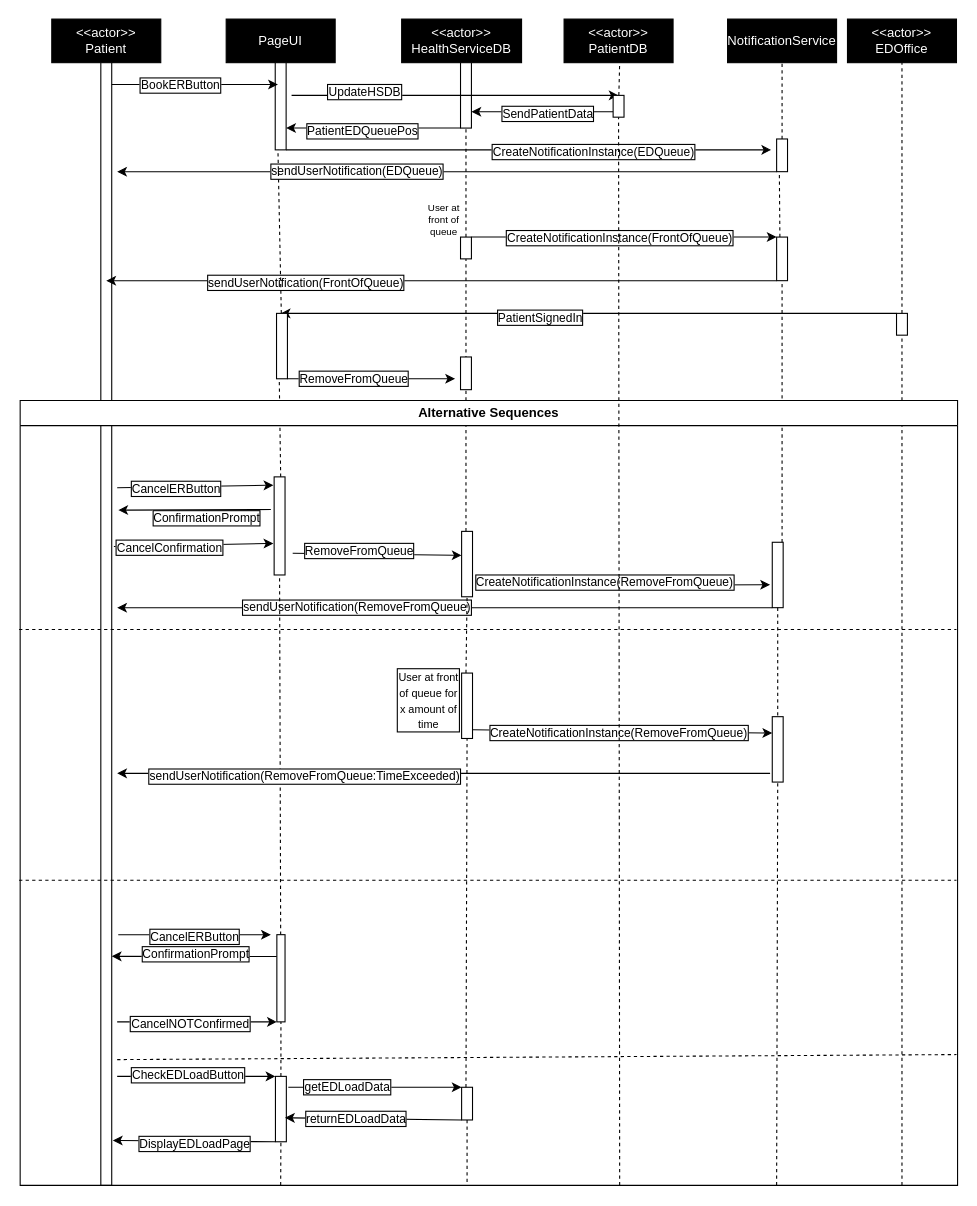
The draw.io diagram booking_er_sequence.drawio in uvic-teach/project-m1-team8, before the edit. Source tidied: cells renumbered, new cells numbered last; positions are measured from the earlier drawing's top-left corner, leaving out a move shared by most shapes. Both pictures are drawn from the tidied source at 109%, with x=0, y=0 at pixel (19, 19).
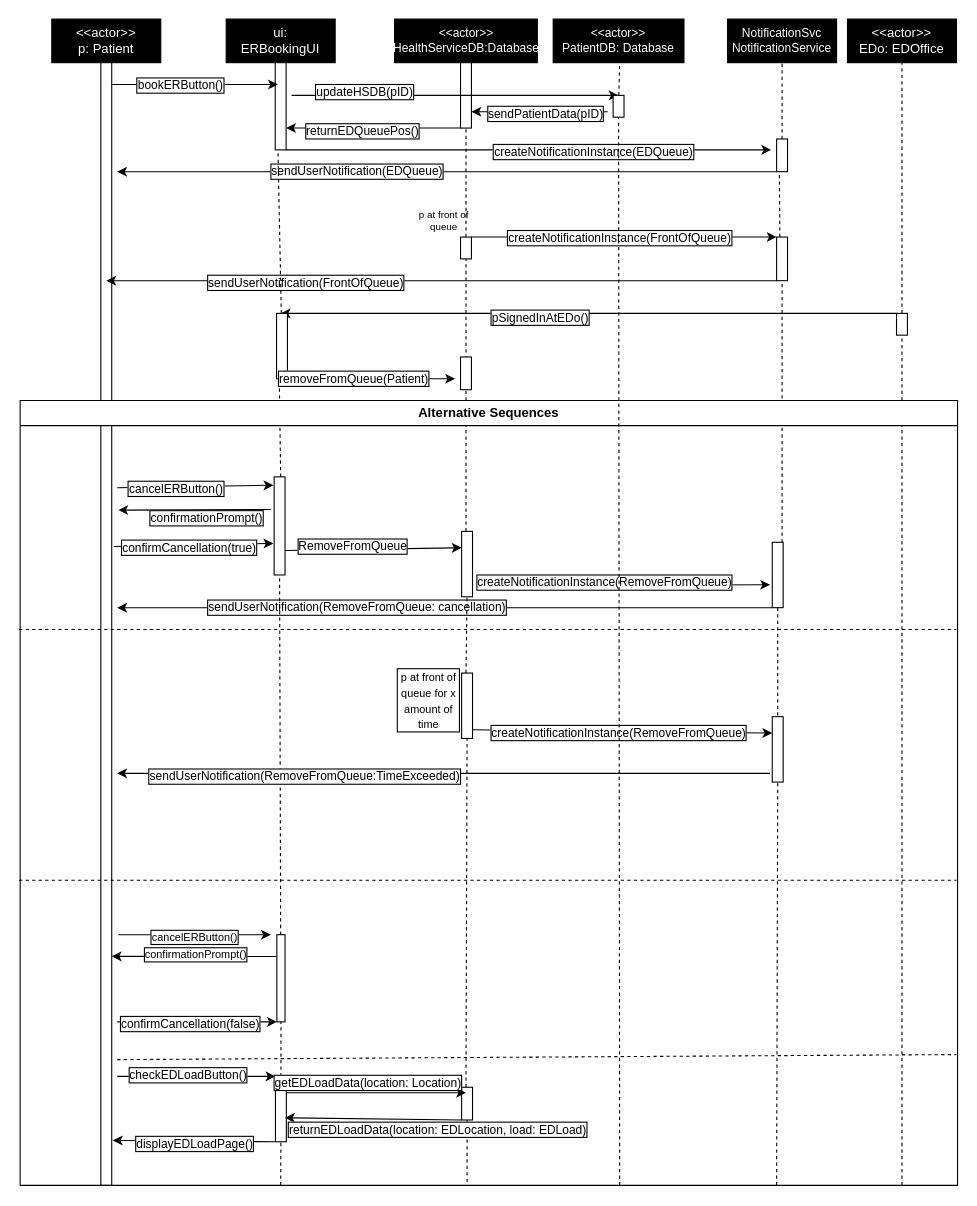
The same page after the edit.

The change refers to these unchanged cells:
```xml
<mxCell id="8" style="rounded=0;whiteSpace=wrap;html=1;" parent="1" vertex="1">
<mxCell id="9" style="endArrow=classic;html=1;rounded=0;" parent="1" edge="1">
<mxCell id="11" style="endArrow=classic;html=1;rounded=0;entryX=1;entryY=0.75;entryDx=0;entryDy=0;exitX=0;exitY=1;exitDx=0;exitDy=0;" parent="1" edge="1" source="8" target="7">
<mxCell id="13" style="endArrow=classic;html=1;rounded=0;exitX=1;exitY=1;exitDx=0;exitDy=0;" parent="1" edge="1" source="7">
<mxCell id="23" style="endArrow=classic;html=1;rounded=0;entryX=0;entryY=0;entryDx=0;entryDy=0;exitX=1;exitY=0;exitDx=0;exitDy=0;" parent="1" edge="1" source="20" target="22">
<mxCell id="25" style="endArrow=classic;html=1;rounded=0;exitX=0.75;exitY=0;exitDx=0;exitDy=0;entryX=0;entryY=0;entryDx=0;entryDy=0;" parent="1" edge="1">
<mxCell id="31" style="endArrow=classic;html=1;rounded=0;entryX=-0.067;entryY=0.085;entryDx=0;entryDy=0;entryPerimeter=0;" parent="1" edge="1" target="72">
<mxCell id="33" style="endArrow=classic;html=1;rounded=0;exitX=1.2;exitY=0.431;exitDx=0;exitDy=0;exitPerimeter=0;entryX=-0.067;entryY=0.678;entryDx=0;entryDy=0;entryPerimeter=0;" parent="1" edge="1" source="6" target="72">
<mxCell id="37" style="endArrow=classic;html=1;rounded=0;exitX=0;exitY=1;exitDx=0;exitDy=0;" parent="1" edge="1" source="78">
<mxCell id="45" style="endArrow=classic;html=1;rounded=0;exitX=0;exitY=0.25;exitDx=0;exitDy=0;entryX=1;entryY=0.796;entryDx=0;entryDy=0;entryPerimeter=0;" parent="1" edge="1" source="88" target="6">
<mxCell id="47" style="endArrow=classic;html=1;rounded=0;entryX=0;entryY=1;entryDx=0;entryDy=0;" parent="1" edge="1" target="88">
<mxCell id="59" style="endArrow=classic;html=1;rounded=0;exitX=0;exitY=0;exitDx=0;exitDy=0;" parent="1" edge="1" source="58">
<mxCell id="64" style="endArrow=classic;html=1;rounded=0;exitX=1;exitY=1;exitDx=0;exitDy=0;" parent="1" edge="1" source="62">
<mxCell id="67" style="endArrow=classic;html=1;rounded=0;entryX=0;entryY=0;entryDx=0;entryDy=0;" parent="1" edge="1" target="92">
<mxCell id="69" style="endArrow=classic;html=1;rounded=0;exitX=0;exitY=1;exitDx=0;exitDy=0;entryX=1.1;entryY=0.96;entryDx=0;entryDy=0;entryPerimeter=0;" parent="1" edge="1" source="92" target="6">
<mxCell id="71" value="Alternative Sequences" style="swimlane;whiteSpace=wrap;html=1;" parent="1" vertex="1">
<mxCell id="72" style="rounded=0;whiteSpace=wrap;html=1;" parent="71" vertex="1">
<mxCell id="73" style="rounded=0;whiteSpace=wrap;html=1;" parent="71" vertex="1">
<mxCell id="76" style="endArrow=classic;html=1;rounded=0;exitX=1;exitY=0.75;exitDx=0;exitDy=0;entryX=-0.2;entryY=0.65;entryDx=0;entryDy=0;entryPerimeter=0;" parent="71" edge="1" target="78">
<mxCell id="81" style="endArrow=classic;html=1;rounded=0;exitX=1;exitY=0.867;exitDx=0;exitDy=0;exitPerimeter=0;entryX=0;entryY=0.25;entryDx=0;entryDy=0;" parent="71" edge="1" source="79" target="80">
<mxCell id="86" style="endArrow=classic;html=1;rounded=0;exitX=0;exitY=0.25;exitDx=0;exitDy=0;" parent="71" edge="1">
<mxCell id="89" style="endArrow=classic;html=1;rounded=0;" parent="71" edge="1">
<mxCell id="92" style="rounded=0;whiteSpace=wrap;html=1;" parent="71" vertex="1">
<mxCell id="94" style="rounded=0;whiteSpace=wrap;html=1;" parent="71" vertex="1">
<mxCell id="97" style="endArrow=classic;html=1;rounded=0;exitX=0;exitY=1;exitDx=0;exitDy=0;entryX=0.875;entryY=0.633;entryDx=0;entryDy=0;entryPerimeter=0;" parent="71" edge="1" source="94" target="92">
<mxCell id="101" style="rounded=0;whiteSpace=wrap;html=1;" parent="1" vertex="1">
```

Diff of the diagram source:
```diff
@@
-    <mxCell id="2" value="&lt;div&gt;&lt;font color=&quot;#ffffff&quot;&gt;&amp;lt;&amp;lt;actor&amp;gt;&amp;gt;&lt;/font&gt;&lt;/div&gt;&lt;div&gt;&lt;font color=&quot;#ffffff&quot;&gt;Patient&lt;/font&gt;&lt;/div&gt;" style="rounded=0;whiteSpace=wrap;html=1;fillColor=#000000;" parent="1" vertex="1">
+    <mxCell id="2" value="&lt;div&gt;&lt;font color=&quot;#ffffff&quot;&gt;&amp;lt;&amp;lt;actor&amp;gt;&amp;gt;&lt;/font&gt;&lt;/div&gt;&lt;div&gt;&lt;font color=&quot;#ffffff&quot;&gt;p: Patient&lt;/font&gt;&lt;/div&gt;" style="rounded=0;whiteSpace=wrap;html=1;fillColor=#000000;" parent="1" vertex="1">
       <mxGeometry x="30" width="100" height="40" as="geometry" />
     </mxCell>
-    <mxCell id="3" value="&lt;font color=&quot;#ffffff&quot;&gt;PageUI&lt;/font&gt;" style="rounded=0;whiteSpace=wrap;html=1;fillColor=#000000;" parent="1" vertex="1">
+    <mxCell id="3" value="&lt;div&gt;&lt;font color=&quot;#ffffff&quot;&gt;ui:&lt;br&gt;&lt;/font&gt;&lt;/div&gt;&lt;div&gt;&lt;font color=&quot;#ffffff&quot;&gt;ERBookingUI&lt;/font&gt;&lt;/div&gt;" style="rounded=0;whiteSpace=wrap;html=1;fillColor=#000000;" parent="1" vertex="1">
       <mxGeometry x="190" width="100" height="40" as="geometry" />
     </mxCell>
-    <mxCell id="4" value="&lt;div&gt;&lt;font color=&quot;#ffffff&quot;&gt;&amp;lt;&amp;lt;actor&amp;gt;&amp;gt;&lt;/font&gt;&lt;/div&gt;&lt;div&gt;&lt;font color=&quot;#ffffff&quot;&gt;HealthServiceDB&lt;/font&gt;&lt;/div&gt;" style="rounded=0;whiteSpace=wrap;html=1;fillColor=#000000;" parent="1" vertex="1">
-      <mxGeometry x="351" width="110" height="40" as="geometry" />
+    <mxCell id="4" value="&lt;div style=&quot;font-size: 11px;&quot;&gt;&lt;font style=&quot;font-size: 11px;&quot; color=&quot;#ffffff&quot;&gt;&amp;lt;&amp;lt;actor&amp;gt;&amp;gt;&lt;/font&gt;&lt;/div&gt;&lt;div style=&quot;font-size: 11px;&quot;&gt;&lt;font style=&quot;font-size: 11px;&quot; color=&quot;#ffffff&quot;&gt;HealthServiceDB:Database&lt;br&gt;&lt;/font&gt;&lt;/div&gt;" style="rounded=0;whiteSpace=wrap;html=1;fillColor=#000000;" parent="1" vertex="1">
+      <mxGeometry x="344.5" width="131" height="40" as="geometry" />
     </mxCell>
-    <mxCell id="5" value="&lt;div&gt;&lt;font color=&quot;#ffffff&quot;&gt;NotificationService&lt;/font&gt;&lt;/div&gt;" style="rounded=0;whiteSpace=wrap;html=1;fillColor=#000000;" parent="1" vertex="1">
+    <mxCell id="5" value="&lt;div style=&quot;font-size: 11px;&quot;&gt;&lt;font style=&quot;font-size: 11px;&quot; color=&quot;#ffffff&quot;&gt;NotificationSvc&lt;/font&gt;&lt;/div&gt;&lt;div style=&quot;font-size: 11px;&quot;&gt;&lt;font style=&quot;font-size: 11px;&quot; color=&quot;#ffffff&quot;&gt;NotificationService&lt;/font&gt;&lt;/div&gt;" style="rounded=0;whiteSpace=wrap;html=1;fillColor=#000000;" parent="1" vertex="1">
       <mxGeometry x="650" width="100" height="40" as="geometry" />
     </mxCell>
@@
-    <mxCell id="10" value="&lt;div&gt;UpdateHSDB&lt;/div&gt;" style="edgeLabel;html=1;align=center;verticalAlign=middle;fontColor=#000000;labelBackgroundColor=#FFFFFF;labelBorderColor=default;" parent="9" vertex="1">
+    <mxCell id="10" value="&lt;div&gt;updateHSDB(pID)&lt;/div&gt;" style="edgeLabel;html=1;align=center;verticalAlign=middle;fontColor=#000000;labelBackgroundColor=#FFFFFF;labelBorderColor=default;" parent="9" vertex="1">
       <mxGeometry x="0.29" y="4" relative="1" as="geometry">
         <mxPoint x="-128" as="offset" />
       </mxGeometry>
     </mxCell>
@@
-    <mxCell id="12" value="&lt;span style=&quot;&quot;&gt;PatientEDQueuePos&lt;/span&gt;" style="edgeLabel;html=1;align=center;verticalAlign=middle;labelBorderColor=#000000;fontColor=#000000;labelBackgroundColor=#FFFFFF;" parent="11" vertex="1">
+    <mxCell id="12" value="&lt;span style=&quot;&quot;&gt;returnEDQueuePos()&lt;/span&gt;" style="edgeLabel;html=1;align=center;verticalAlign=middle;labelBorderColor=#000000;fontColor=#000000;labelBackgroundColor=#FFFFFF;" parent="11" vertex="1">
       <mxGeometry x="0.14" y="2" relative="1" as="geometry" />
     </mxCell>
@@
-    <mxCell id="14" value="CreateNotificationInstance(EDQueue)" style="edgeLabel;html=1;align=center;verticalAlign=middle;labelBorderColor=default;" parent="13" vertex="1">
+    <mxCell id="14" value="createNotificationInstance(EDQueue)" style="edgeLabel;html=1;align=center;verticalAlign=middle;labelBorderColor=default;" parent="13" vertex="1">
       <mxGeometry x="0.18" y="-1" relative="1" as="geometry">
         <mxPoint x="18" as="offset" />
       </mxGeometry>
     </mxCell>
@@
-    <mxCell id="24" value="CreateNotificationInstance(FrontOfQueue)" style="edgeLabel;html=1;align=center;verticalAlign=middle;labelBorderColor=default;" parent="23" vertex="1">
+    <mxCell id="24" value="createNotificationInstance(FrontOfQueue)" style="edgeLabel;html=1;align=center;verticalAlign=middle;labelBorderColor=default;" parent="23" vertex="1">
       <mxGeometry x="-0.41" y="1" relative="1" as="geometry">
         <mxPoint x="52" y="1" as="offset" />
       </mxGeometry>
     </mxCell>
@@
-    <mxCell id="26" value="&lt;font&gt;BookERButton&lt;/font&gt;" style="edgeLabel;html=1;align=center;verticalAlign=middle;labelBackgroundColor=#FFFFFF;fontColor=#000000;labelBorderColor=default;" parent="25" vertex="1">
+    <mxCell id="26" value="&lt;font&gt;bookERButton()&lt;/font&gt;" style="edgeLabel;html=1;align=center;verticalAlign=middle;labelBackgroundColor=#FFFFFF;fontColor=#000000;labelBorderColor=default;" parent="25" vertex="1">
       <mxGeometry x="-0.19" relative="1" as="geometry" />
     </mxCell>
@@
-    <mxCell id="29" value="User at front of queue" style="text;html=1;strokeColor=none;fillColor=none;align=center;verticalAlign=middle;whiteSpace=wrap;rounded=0;fontSize=9;" parent="1" vertex="1">
+    <mxCell id="29" value="p at front of queue" style="text;html=1;strokeColor=none;fillColor=none;align=center;verticalAlign=middle;whiteSpace=wrap;rounded=0;fontSize=9;" parent="1" vertex="1">
       <mxGeometry x="365" y="180" width="50" height="10" as="geometry" />
     </mxCell>
@@
-    <mxCell id="32" value="CancelERButton" style="edgeLabel;html=1;align=center;verticalAlign=middle;labelBorderColor=default;" parent="31" vertex="1">
+    <mxCell id="32" value="cancelERButton()" style="edgeLabel;html=1;align=center;verticalAlign=middle;labelBorderColor=default;" parent="31" vertex="1">
       <mxGeometry x="-0.26" y="-1" relative="1" as="geometry" />
     </mxCell>
@@
-    <mxCell id="34" value="CancelConfirmation" style="edgeLabel;html=1;align=center;verticalAlign=middle;labelBorderColor=default;" parent="33" vertex="1">
-      <mxGeometry x="-0.32" y="-2" relative="1" as="geometry" />
+    <mxCell id="34" value="confirmCancellation(true)" style="edgeLabel;html=1;align=center;verticalAlign=middle;labelBorderColor=default;" parent="33" vertex="1">
+      <mxGeometry x="-0.32" y="-2" relative="1" as="geometry">
+        <mxPoint x="18" as="offset" />
+      </mxGeometry>
     </mxCell>
@@
-    <mxCell id="38" value="sendUserNotification(RemoveFromQueue)" style="edgeLabel;html=1;align=center;verticalAlign=middle;labelBorderColor=default;" parent="37" vertex="1">
+    <mxCell id="38" value="sendUserNotification(RemoveFromQueue: cancellation)" style="edgeLabel;html=1;align=center;verticalAlign=middle;labelBorderColor=default;" parent="37" vertex="1">
       <mxGeometry x="0.27" y="-1" relative="1" as="geometry" />
     </mxCell>
@@
-    <mxCell id="46" value="ConfirmationPrompt" style="edgeLabel;html=1;align=center;verticalAlign=middle;labelBorderColor=default;" parent="45" vertex="1">
+    <mxCell id="46" value="confirmationPrompt()" style="edgeLabel;html=1;align=center;verticalAlign=middle;labelBorderColor=default;fontSize=10;" parent="45" vertex="1">
       <mxGeometry x="0.42" y="-2" relative="1" as="geometry">
         <mxPoint x="33" as="offset" />
       </mxGeometry>
     </mxCell>
@@
-    <mxCell id="48" value="CancelNOTConfirmed" style="edgeLabel;html=1;align=center;verticalAlign=middle;labelBorderColor=default;" parent="47" vertex="1">
+    <mxCell id="48" value="confirmCancellation(false)" style="edgeLabel;html=1;align=center;verticalAlign=middle;labelBorderColor=default;" parent="47" vertex="1">
       <mxGeometry x="-0.34" y="-1" relative="1" as="geometry">
         <mxPoint x="18" as="offset" />
       </mxGeometry>
     </mxCell>
-    <mxCell id="49" value="&lt;div&gt;&lt;font color=&quot;#ffffff&quot;&gt;&amp;lt;&amp;lt;actor&amp;gt;&amp;gt;&lt;/font&gt;&lt;/div&gt;&lt;div&gt;&lt;font color=&quot;#ffffff&quot;&gt;PatientDB&lt;/font&gt;&lt;/div&gt;" style="rounded=0;whiteSpace=wrap;html=1;fillColor=#000000;" parent="1" vertex="1">
-      <mxGeometry x="500" width="100" height="40" as="geometry" />
+    <mxCell id="49" value="&lt;div style=&quot;font-size: 11px;&quot;&gt;&lt;font style=&quot;font-size: 11px;&quot; color=&quot;#ffffff&quot;&gt;&amp;lt;&amp;lt;actor&amp;gt;&amp;gt;&lt;/font&gt;&lt;/div&gt;&lt;div style=&quot;font-size: 11px;&quot;&gt;&lt;font style=&quot;font-size: 11px;&quot; color=&quot;#ffffff&quot;&gt;PatientDB: Database&lt;br&gt;&lt;/font&gt;&lt;/div&gt;" style="rounded=0;whiteSpace=wrap;html=1;fillColor=#000000;" parent="1" vertex="1">
+      <mxGeometry x="490" width="120" height="40" as="geometry" />
     </mxCell>
@@
-    <mxCell id="51" style="endArrow=classic;html=1;rounded=0;entryX=1;entryY=0.75;entryDx=0;entryDy=0;exitX=0;exitY=0.75;exitDx=0;exitDy=0;" parent="1" edge="1" source="101" target="8">
-      <mxGeometry relative="1" as="geometry" />
+    <mxCell id="51" style="endArrow=classic;html=1;rounded=0;entryX=1;entryY=0.75;entryDx=0;entryDy=0;" parent="1" edge="1" target="8">
+      <mxGeometry relative="1" as="geometry">
+        <mxPoint x="540" y="85" as="sourcePoint" />
+      </mxGeometry>
     </mxCell>
-    <mxCell id="52" value="SendPatientData" style="edgeLabel;html=1;align=center;verticalAlign=middle;labelBorderColor=default;" parent="51" vertex="1">
+    <mxCell id="52" value="sendPatientData(pID)" style="edgeLabel;html=1;align=center;verticalAlign=middle;labelBorderColor=default;" parent="51" vertex="1">
       <mxGeometry x="0.23" y="1" relative="1" as="geometry">
         <mxPoint x="19" as="offset" />
       </mxGeometry>
     </mxCell>
-    <mxCell id="53" value="&lt;div&gt;&lt;font color=&quot;#ffffff&quot;&gt;&amp;lt;&amp;lt;actor&amp;gt;&amp;gt;&lt;/font&gt;&lt;/div&gt;&lt;div&gt;&lt;font color=&quot;#ffffff&quot;&gt;EDOffice&lt;/font&gt;&lt;/div&gt;" style="rounded=0;whiteSpace=wrap;html=1;fillColor=#000000;" parent="1" vertex="1">
+    <mxCell id="53" value="&lt;div&gt;&lt;font color=&quot;#ffffff&quot;&gt;&amp;lt;&amp;lt;actor&amp;gt;&amp;gt;&lt;/font&gt;&lt;/div&gt;&lt;div&gt;&lt;font color=&quot;#ffffff&quot;&gt;EDo: EDOffice&lt;/font&gt;&lt;/div&gt;" style="rounded=0;whiteSpace=wrap;html=1;fillColor=#000000;" parent="1" vertex="1">
       <mxGeometry x="760" width="100" height="40" as="geometry" />
     </mxCell>
@@
-    <mxCell id="60" value="PatientSignedIn" style="edgeLabel;html=1;align=center;verticalAlign=middle;labelBorderColor=default;" parent="59" vertex="1">
+    <mxCell id="60" value="pSignedInAtEDo()" style="edgeLabel;html=1;align=center;verticalAlign=middle;labelBorderColor=default;" parent="59" vertex="1">
       <mxGeometry x="0.16" y="3" relative="1" as="geometry" />
     </mxCell>
@@
-    <mxCell id="65" value="RemoveFromQueue" style="edgeLabel;html=1;align=center;verticalAlign=middle;labelBorderColor=default;" parent="64" vertex="1">
+    <mxCell id="65" value="removeFromQueue(Patient)" style="edgeLabel;html=1;align=center;verticalAlign=middle;labelBorderColor=default;" parent="64" vertex="1">
       <mxGeometry x="-0.22" y="1" relative="1" as="geometry" />
     </mxCell>
@@
-    <mxCell id="68" value="CheckEDLoadButton" style="edgeLabel;html=1;align=center;verticalAlign=middle;labelBorderColor=default;" parent="67" vertex="1">
+    <mxCell id="68" value="checkEDLoadButton()" style="edgeLabel;html=1;align=center;verticalAlign=middle;labelBorderColor=default;" parent="67" vertex="1">
       <mxGeometry x="-0.4" y="2" relative="1" as="geometry">
         <mxPoint x="20" as="offset" />
       </mxGeometry>
     </mxCell>
@@
-    <mxCell id="70" value="DisplayEDLoadPage" style="edgeLabel;html=1;align=center;verticalAlign=middle;labelBorderColor=default;" parent="69" vertex="1">
+    <mxCell id="70" value="displayEDLoadPage()" style="edgeLabel;html=1;align=center;verticalAlign=middle;labelBorderColor=default;" parent="69" vertex="1">
       <mxGeometry x="0.32" y="2" relative="1" as="geometry">
         <mxPoint x="23" as="offset" />
       </mxGeometry>
     </mxCell>
@@
-    <mxCell id="74" style="endArrow=classic;html=1;rounded=0;entryX=0;entryY=0.367;entryDx=0;entryDy=0;entryPerimeter=0;" parent="71" edge="1" target="73">
-      <mxGeometry relative="1" as="geometry">
-        <mxPoint x="250" y="140" as="sourcePoint" />
-      </mxGeometry>
+    <mxCell id="74" style="endArrow=classic;html=1;rounded=0;entryX=0;entryY=0.25;entryDx=0;entryDy=0;exitX=1;exitY=0.75;exitDx=0;exitDy=0;" parent="71" edge="1" source="72" target="73">
+      <mxGeometry relative="1" as="geometry" />
     </mxCell>
@@
-    <mxCell id="77" value="CreateNotificationInstance(RemoveFromQueue)" style="edgeLabel;html=1;align=center;verticalAlign=middle;labelBorderColor=default;" parent="76" vertex="1">
+    <mxCell id="77" value="createNotificationInstance(RemoveFromQueue)" style="edgeLabel;html=1;align=center;verticalAlign=middle;labelBorderColor=default;" parent="76" vertex="1">
       <mxGeometry x="-0.18" y="3" relative="1" as="geometry" />
     </mxCell>
@@
-    <mxCell id="82" value="&lt;div&gt;CreateNotificationInstance(RemoveFromQueue)&lt;/div&gt;" style="edgeLabel;html=1;align=center;verticalAlign=middle;labelBorderColor=default;" parent="81" vertex="1">
+    <mxCell id="82" value="&lt;div&gt;createNotificationInstance(RemoveFromQueue)&lt;/div&gt;" style="edgeLabel;html=1;align=center;verticalAlign=middle;labelBorderColor=default;" parent="81" vertex="1">
       <mxGeometry x="-0.3" y="-1" relative="1" as="geometry">
         <mxPoint x="38" as="offset" />
       </mxGeometry>
     </mxCell>
-    <mxCell id="83" value="&lt;font style=&quot;font-size: 10px;&quot;&gt;User at front of queue for x amount of time&lt;br&gt;&lt;/font&gt;" style="text;html=1;strokeColor=none;fillColor=none;align=center;verticalAlign=middle;whiteSpace=wrap;rounded=0;labelBorderColor=default;" parent="71" vertex="1">
+    <mxCell id="83" value="&lt;font style=&quot;font-size: 10px;&quot;&gt;p at front of queue for x amount of time&lt;br&gt;&lt;/font&gt;" style="text;html=1;strokeColor=none;fillColor=none;align=center;verticalAlign=middle;whiteSpace=wrap;rounded=0;labelBorderColor=default;" parent="71" vertex="1">
       <mxGeometry x="345" y="260" width="60" height="30" as="geometry" />
     </mxCell>
@@
-    <mxCell id="87" value="ConfirmationPrompt" style="edgeLabel;html=1;align=center;verticalAlign=middle;labelBorderColor=default;" parent="86" vertex="1">
+    <mxCell id="87" value="confirmationPrompt()" style="edgeLabel;html=1;align=center;verticalAlign=middle;labelBorderColor=default;" parent="86" vertex="1">
       <mxGeometry x="0.54" y="-1" relative="1" as="geometry">
         <mxPoint x="49" y="8" as="offset" />
       </mxGeometry>
     </mxCell>
@@
-    <mxCell id="90" value="CancelERButton" style="edgeLabel;html=1;align=center;verticalAlign=middle;labelBorderColor=default;" parent="89" vertex="1">
+    <mxCell id="90" value="cancelERButton()" style="edgeLabel;html=1;align=center;verticalAlign=middle;labelBorderColor=default;fontSize=10;" parent="89" vertex="1">
       <mxGeometry x="0.13" y="-1" relative="1" as="geometry">
         <mxPoint x="-10" as="offset" />
       </mxGeometry>
     </mxCell>
@@
-    <mxCell id="95" style="endArrow=classic;html=1;rounded=0;entryX=0;entryY=0;entryDx=0;entryDy=0;" parent="71" edge="1" target="94">
-      <mxGeometry relative="1" as="geometry">
-        <mxPoint x="246" y="630" as="sourcePoint" />
-      </mxGeometry>
+    <mxCell id="95" style="endArrow=classic;html=1;rounded=0;entryX=0.4;entryY=0.167;entryDx=0;entryDy=0;exitX=1;exitY=0.25;exitDx=0;exitDy=0;entryPerimeter=0;" parent="71" edge="1" source="92" target="94">
+      <mxGeometry relative="1" as="geometry" />
     </mxCell>
-    <mxCell id="96" value="getEDLoadData" style="edgeLabel;html=1;align=center;verticalAlign=middle;labelBorderColor=default;" parent="95" vertex="1">
-      <mxGeometry x="-0.33" y="1" relative="1" as="geometry" />
+    <mxCell id="96" value="getEDLoadData(location: Location)" style="edgeLabel;html=1;align=center;verticalAlign=middle;labelBorderColor=default;" parent="95" vertex="1">
+      <mxGeometry x="-0.33" y="1" relative="1" as="geometry">
+        <mxPoint x="19" y="-9" as="offset" />
+      </mxGeometry>
     </mxCell>
@@
-    <mxCell id="98" value="returnEDLoadData" style="edgeLabel;html=1;align=center;verticalAlign=middle;labelBorderColor=default;" parent="97" vertex="1">
+    <mxCell id="98" value="returnEDLoadData(location: EDLocation, load: EDLoad)" style="edgeLabel;html=1;align=center;verticalAlign=middle;labelBorderColor=default;" parent="97" vertex="1">
       <mxGeometry x="0.37" relative="1" as="geometry">
-        <mxPoint x="13" as="offset" />
+        <mxPoint x="88" y="10" as="offset" />
       </mxGeometry>
     </mxCell>
```
